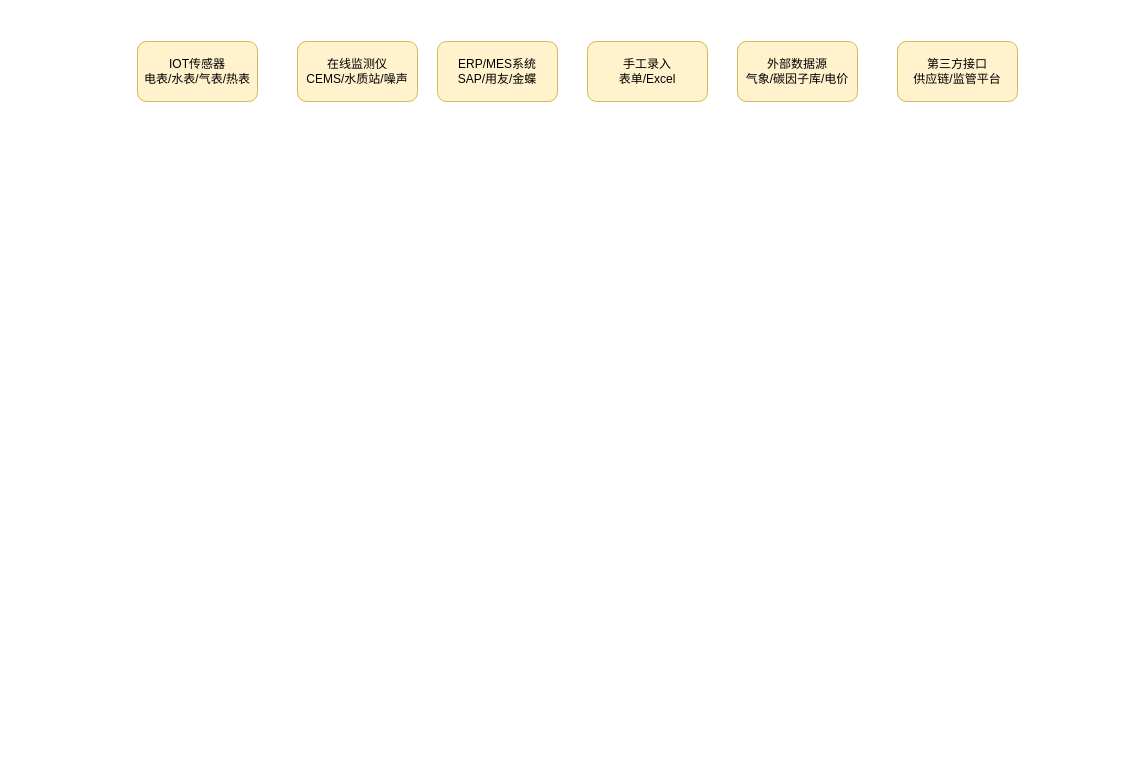
This is 绿动智造数据架构图.drawio from jtzjtz/draw-io, a draw.io file, before an edit. Source tidied: cells renumbered, new cells numbered last; positions are measured from the earlier drawing's top-left corner, leaving out a move shared by most shapes. Both pictures are drawn from the tidied source at 100%, with x=0, y=0 at pixel (137, 41).
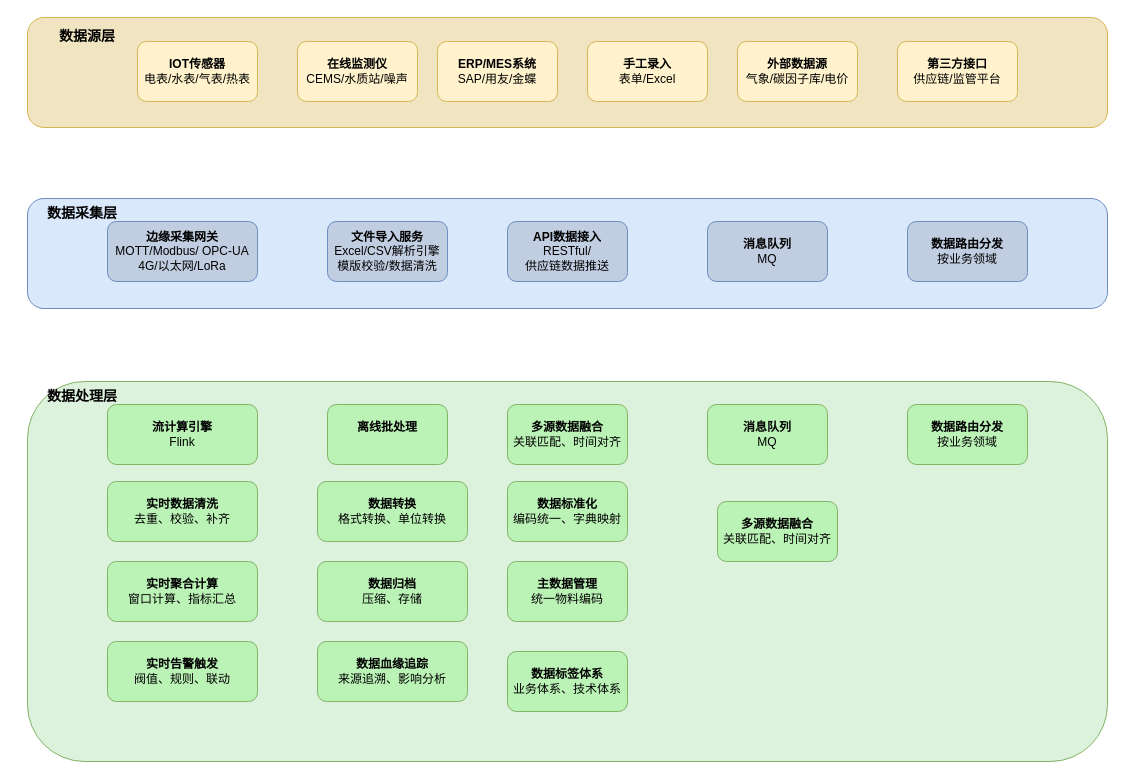
The same page after the edit.

Commit message (it also covers changes not shown here):
更新绿动智造数据架构图.drawio

Diff of the diagram source:
```diff
@@
+    <mxCell id="8" style="rounded=1;whiteSpace=wrap;html=1;fillColor=#F1E5C1;strokeColor=#d6b656;" parent="1" vertex="1">
+      <mxGeometry x="-110" y="-24" width="1080" height="110" as="geometry" />
+    </mxCell>
-    <mxCell id="2" value="IOT传感器&lt;div&gt;电表/水表/气表/热表&lt;/div&gt;" style="rounded=1;whiteSpace=wrap;html=1;fillColor=#fff2cc;strokeColor=#d6b656;" parent="1" vertex="1">
+    <mxCell id="2" value="&lt;b&gt;IOT传感器&lt;/b&gt;&lt;div&gt;电表/水表/气表/热表&lt;/div&gt;" style="rounded=1;whiteSpace=wrap;html=1;fillColor=#fff2cc;strokeColor=#d6b656;" parent="1" vertex="1">
       <mxGeometry width="120" height="60" as="geometry" />
     </mxCell>
-    <mxCell id="3" value="在线监测仪&lt;div&gt;CEMS/水质站/噪声&lt;/div&gt;" style="rounded=1;whiteSpace=wrap;html=1;fillColor=#fff2cc;strokeColor=#d6b656;" parent="1" vertex="1">
+    <mxCell id="3" value="&lt;b&gt;在线监测仪&lt;/b&gt;&lt;div&gt;CEMS/水质站/噪声&lt;/div&gt;" style="rounded=1;whiteSpace=wrap;html=1;fillColor=#fff2cc;strokeColor=#d6b656;" parent="1" vertex="1">
       <mxGeometry x="160" width="120" height="60" as="geometry" />
     </mxCell>
-    <mxCell id="4" value="ERP/MES系统&lt;div&gt;SAP/用友/金蝶&lt;/div&gt;" style="rounded=1;whiteSpace=wrap;html=1;fillColor=#fff2cc;strokeColor=#d6b656;" parent="1" vertex="1">
+    <mxCell id="4" value="&lt;b&gt;ERP/MES系统&lt;/b&gt;&lt;div&gt;SAP/用友/金蝶&lt;/div&gt;" style="rounded=1;whiteSpace=wrap;html=1;fillColor=#fff2cc;strokeColor=#d6b656;" parent="1" vertex="1">
       <mxGeometry x="300" width="120" height="60" as="geometry" />
     </mxCell>
-    <mxCell id="5" value="手工录入&lt;div&gt;表单/Excel&lt;/div&gt;" style="rounded=1;whiteSpace=wrap;html=1;fillColor=#fff2cc;strokeColor=#d6b656;" parent="1" vertex="1">
+    <mxCell id="5" value="&lt;b&gt;手工录入&lt;/b&gt;&lt;div&gt;表单/Excel&lt;/div&gt;" style="rounded=1;whiteSpace=wrap;html=1;fillColor=#fff2cc;strokeColor=#d6b656;" parent="1" vertex="1">
       <mxGeometry x="450" width="120" height="60" as="geometry" />
     </mxCell>
-    <mxCell id="6" value="外部数据源&lt;div&gt;气象/碳因子库/电价&lt;/div&gt;" style="rounded=1;whiteSpace=wrap;html=1;fillColor=#fff2cc;strokeColor=#d6b656;" parent="1" vertex="1">
+    <mxCell id="6" value="&lt;b&gt;外部数据源&lt;/b&gt;&lt;div&gt;气象/碳因子库/电价&lt;/div&gt;" style="rounded=1;whiteSpace=wrap;html=1;fillColor=#fff2cc;strokeColor=#d6b656;" parent="1" vertex="1">
       <mxGeometry x="600" width="120" height="60" as="geometry" />
     </mxCell>
-    <mxCell id="7" value="第三方接口&lt;div&gt;供应链/监管平台&lt;/div&gt;" style="rounded=1;whiteSpace=wrap;html=1;fillColor=#fff2cc;strokeColor=#d6b656;" parent="1" vertex="1">
+    <mxCell id="7" value="&lt;b&gt;第三方接口&lt;/b&gt;&lt;div&gt;供应链/监管平台&lt;/div&gt;" style="rounded=1;whiteSpace=wrap;html=1;fillColor=#fff2cc;strokeColor=#d6b656;" parent="1" vertex="1">
       <mxGeometry x="760" width="120" height="60" as="geometry" />
     </mxCell>
+    <mxCell id="9" value="数据源层" style="text;html=1;whiteSpace=wrap;strokeColor=none;fillColor=none;align=center;verticalAlign=middle;rounded=0;fontStyle=1;fontSize=14;" parent="1" vertex="1">
+      <mxGeometry x="-100" y="-20" width="100" height="30" as="geometry" />
+    </mxCell>
+    <mxCell id="10" style="rounded=1;whiteSpace=wrap;html=1;fillColor=#dae8fc;strokeColor=#6c8ebf;" parent="1" vertex="1">
+      <mxGeometry x="-110" y="157" width="1080" height="110" as="geometry" />
+    </mxCell>
+    <mxCell id="11" value="&lt;b&gt;边缘采集网关&lt;/b&gt;&lt;div&gt;&lt;div&gt;MOTT/Modbus/ OPC-UA&lt;/div&gt;&lt;div&gt;4G/以太网/LoRa&lt;/div&gt;&lt;/div&gt;" style="rounded=1;whiteSpace=wrap;html=1;fillColor=#C1CDE0;strokeColor=#6c8ebf;" parent="1" vertex="1">
+      <mxGeometry x="-30" y="180" width="150" height="60" as="geometry" />
+    </mxCell>
+    <mxCell id="12" value="&lt;div&gt;&lt;b&gt;文件导入服务&lt;/b&gt;&lt;/div&gt;&lt;div&gt;Excel/CSV解析引擎&lt;/div&gt;&lt;div&gt;模版校验/数据清洗&lt;/div&gt;" style="rounded=1;whiteSpace=wrap;html=1;fillColor=#C1CDE0;strokeColor=#6c8ebf;" parent="1" vertex="1">
+      <mxGeometry x="190" y="180" width="120" height="60" as="geometry" />
+    </mxCell>
+    <mxCell id="13" value="&lt;b&gt;API数据接入&lt;/b&gt;&lt;div&gt;RESTful/&lt;/div&gt;&lt;div&gt;供应链数据推送&lt;/div&gt;" style="rounded=1;whiteSpace=wrap;html=1;fillColor=#C1CDE0;strokeColor=#6c8ebf;" parent="1" vertex="1">
+      <mxGeometry x="370" y="180" width="120" height="60" as="geometry" />
+    </mxCell>
+    <mxCell id="14" value="&lt;b&gt;消息队列&lt;/b&gt;&lt;div&gt;MQ&lt;/div&gt;" style="rounded=1;whiteSpace=wrap;html=1;fillColor=#C1CDE0;strokeColor=#6c8ebf;" parent="1" vertex="1">
+      <mxGeometry x="570" y="180" width="120" height="60" as="geometry" />
+    </mxCell>
+    <mxCell id="15" value="&lt;div&gt;&lt;b&gt;数据路由分发&lt;/b&gt;&lt;/div&gt;&lt;div&gt;按业务领域&lt;/div&gt;" style="rounded=1;whiteSpace=wrap;html=1;fillColor=#C1CDE0;strokeColor=#6c8ebf;" parent="1" vertex="1">
+      <mxGeometry x="770" y="180" width="120" height="60" as="geometry" />
+    </mxCell>
+    <mxCell id="16" value="数据采集层" style="text;html=1;whiteSpace=wrap;strokeColor=none;fillColor=none;align=center;verticalAlign=middle;rounded=0;fontStyle=1;fontSize=14;" parent="1" vertex="1">
+      <mxGeometry x="-120" y="157" width="130" height="30" as="geometry" />
+    </mxCell>
+    <mxCell id="17" style="rounded=1;whiteSpace=wrap;html=1;fillColor=#DDF2DC;strokeColor=#82b366;" parent="1" vertex="1">
+      <mxGeometry x="-110" y="340" width="1080" height="380" as="geometry" />
+    </mxCell>
+    <mxCell id="18" value="&lt;b&gt;流计算引擎&lt;/b&gt;&lt;div&gt;&lt;div&gt;Flink&lt;/div&gt;&lt;/div&gt;" style="rounded=1;whiteSpace=wrap;html=1;fillColor=#BBF2B6;strokeColor=#82b366;" parent="1" vertex="1">
+      <mxGeometry x="-30" y="363" width="150" height="60" as="geometry" />
+    </mxCell>
+    <mxCell id="19" value="&lt;div&gt;&lt;b&gt;离线批处理&lt;/b&gt;&lt;/div&gt;&lt;div&gt;&lt;br&gt;&lt;/div&gt;" style="rounded=1;whiteSpace=wrap;html=1;fillColor=#BBF2B6;strokeColor=#82b366;" parent="1" vertex="1">
+      <mxGeometry x="190" y="363" width="120" height="60" as="geometry" />
+    </mxCell>
+    <mxCell id="20" value="&lt;b&gt;多源数据融合&lt;/b&gt;&lt;div&gt;关联匹配、时间对齐&lt;/div&gt;" style="rounded=1;whiteSpace=wrap;html=1;fillColor=#BBF2B6;strokeColor=#82b366;" parent="1" vertex="1">
+      <mxGeometry x="370" y="363" width="120" height="60" as="geometry" />
+    </mxCell>
+    <mxCell id="21" value="&lt;b&gt;消息队列&lt;/b&gt;&lt;div&gt;MQ&lt;/div&gt;" style="rounded=1;whiteSpace=wrap;html=1;fillColor=#BBF2B6;strokeColor=#82b366;" parent="1" vertex="1">
+      <mxGeometry x="570" y="363" width="120" height="60" as="geometry" />
+    </mxCell>
+    <mxCell id="22" value="&lt;div&gt;&lt;b&gt;数据路由分发&lt;/b&gt;&lt;/div&gt;&lt;div&gt;按业务领域&lt;/div&gt;" style="rounded=1;whiteSpace=wrap;html=1;fillColor=#BBF2B6;strokeColor=#82b366;" parent="1" vertex="1">
+      <mxGeometry x="770" y="363" width="120" height="60" as="geometry" />
+    </mxCell>
+    <mxCell id="23" value="数据处理层" style="text;html=1;whiteSpace=wrap;strokeColor=none;fillColor=none;align=center;verticalAlign=middle;rounded=0;fontStyle=1;fontSize=14;" parent="1" vertex="1">
+      <mxGeometry x="-120" y="340" width="130" height="30" as="geometry" />
+    </mxCell>
+    <mxCell id="24" value="&lt;b&gt;实时数据清洗&lt;/b&gt;&lt;br&gt;&lt;div&gt;&lt;div&gt;去重、校验、补齐&lt;/div&gt;&lt;/div&gt;" style="rounded=1;whiteSpace=wrap;html=1;fillColor=#BBF2B6;strokeColor=#82b366;" parent="1" vertex="1">
+      <mxGeometry x="-30" y="440" width="150" height="60" as="geometry" />
+    </mxCell>
+    <mxCell id="25" value="&lt;b&gt;实时聚合计算&lt;/b&gt;&lt;br&gt;&lt;div&gt;窗口计算、指标汇总&lt;/div&gt;" style="rounded=1;whiteSpace=wrap;html=1;fillColor=#BBF2B6;strokeColor=#82b366;" parent="1" vertex="1">
+      <mxGeometry x="-30" y="520" width="150" height="60" as="geometry" />
+    </mxCell>
+    <mxCell id="26" value="&lt;div&gt;&lt;b&gt;实时告警触发&lt;/b&gt;&lt;/div&gt;&lt;div&gt;阀值、规则、联动&lt;/div&gt;" style="rounded=1;whiteSpace=wrap;html=1;fillColor=#BBF2B6;strokeColor=#82b366;" parent="1" vertex="1">
+      <mxGeometry x="-30" y="600" width="150" height="60" as="geometry" />
+    </mxCell>
+    <mxCell id="27" value="&lt;b&gt;数据转换&lt;/b&gt;&lt;br&gt;&lt;div&gt;&lt;div&gt;格式转换、单位转换&lt;/div&gt;&lt;/div&gt;" style="rounded=1;whiteSpace=wrap;html=1;fillColor=#BBF2B6;strokeColor=#82b366;" parent="1" vertex="1">
+      <mxGeometry x="180" y="440" width="150" height="60" as="geometry" />
+    </mxCell>
+    <mxCell id="28" value="&lt;b&gt;数据归档&lt;/b&gt;&lt;br&gt;&lt;div&gt;&lt;div&gt;压缩、存储&lt;/div&gt;&lt;/div&gt;" style="rounded=1;whiteSpace=wrap;html=1;fillColor=#BBF2B6;strokeColor=#82b366;" parent="1" vertex="1">
+      <mxGeometry x="180" y="520" width="150" height="60" as="geometry" />
+    </mxCell>
+    <mxCell id="29" value="&lt;b&gt;数据血缘追踪&lt;/b&gt;&lt;br&gt;&lt;div&gt;&lt;div&gt;来源追溯、影响分析&lt;/div&gt;&lt;/div&gt;" style="rounded=1;whiteSpace=wrap;html=1;fillColor=#BBF2B6;strokeColor=#82b366;" parent="1" vertex="1">
+      <mxGeometry x="180" y="600" width="150" height="60" as="geometry" />
+    </mxCell>
+    <mxCell id="30" value="&lt;b&gt;多源数据融合&lt;/b&gt;&lt;div&gt;关联匹配、时间对齐&lt;/div&gt;" style="rounded=1;whiteSpace=wrap;html=1;fillColor=#BBF2B6;strokeColor=#82b366;" parent="1" vertex="1">
+      <mxGeometry x="580" y="460" width="120" height="60" as="geometry" />
+    </mxCell>
+    <mxCell id="31" value="&lt;b&gt;数据标准化&lt;/b&gt;&lt;div&gt;编码统一、字典映射&lt;/div&gt;" style="rounded=1;whiteSpace=wrap;html=1;fillColor=#BBF2B6;strokeColor=#82b366;" parent="1" vertex="1">
+      <mxGeometry x="370" y="440" width="120" height="60" as="geometry" />
+    </mxCell>
+    <mxCell id="32" value="&lt;b&gt;主数据管理&lt;/b&gt;&lt;div&gt;统一物料编码&lt;/div&gt;" style="rounded=1;whiteSpace=wrap;html=1;fillColor=#BBF2B6;strokeColor=#82b366;" parent="1" vertex="1">
+      <mxGeometry x="370" y="520" width="120" height="60" as="geometry" />
+    </mxCell>
+    <mxCell id="33" value="&lt;b&gt;数据标签体系&lt;/b&gt;&lt;div&gt;业务体系、技术体系&lt;/div&gt;" style="rounded=1;whiteSpace=wrap;html=1;fillColor=#BBF2B6;strokeColor=#82b366;" parent="1" vertex="1">
+      <mxGeometry x="370" y="610" width="120" height="60" as="geometry" />
+    </mxCell>
```
